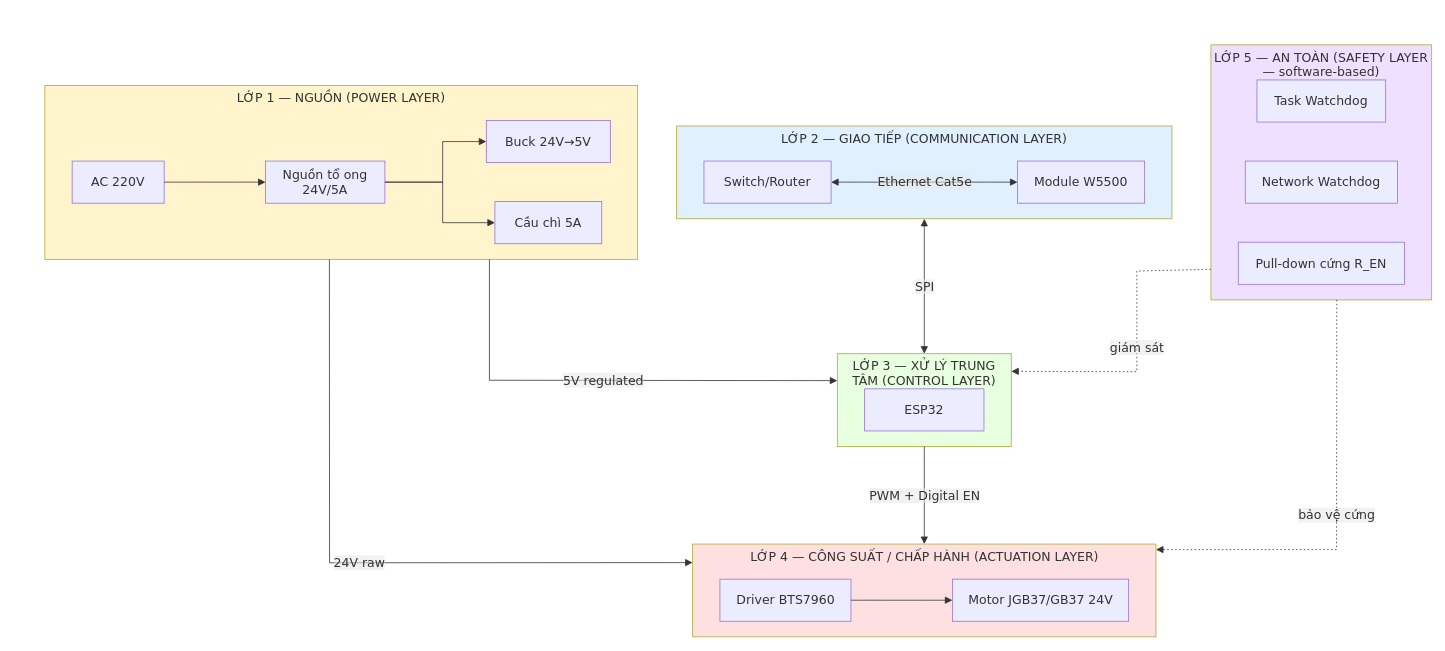
This is Kiến trúc phần cứng.drawio from phamgiavinh121105-coder/Conveyor_control, a draw.io file, before an edit. Source tidied: cells renumbered, new cells numbered last; positions are measured from the earlier drawing's top-left corner, leaving out a move shared by most shapes. Both pictures are drawn from the tidied source at 78%, with x=0, y=0 at pixel (13, 13).
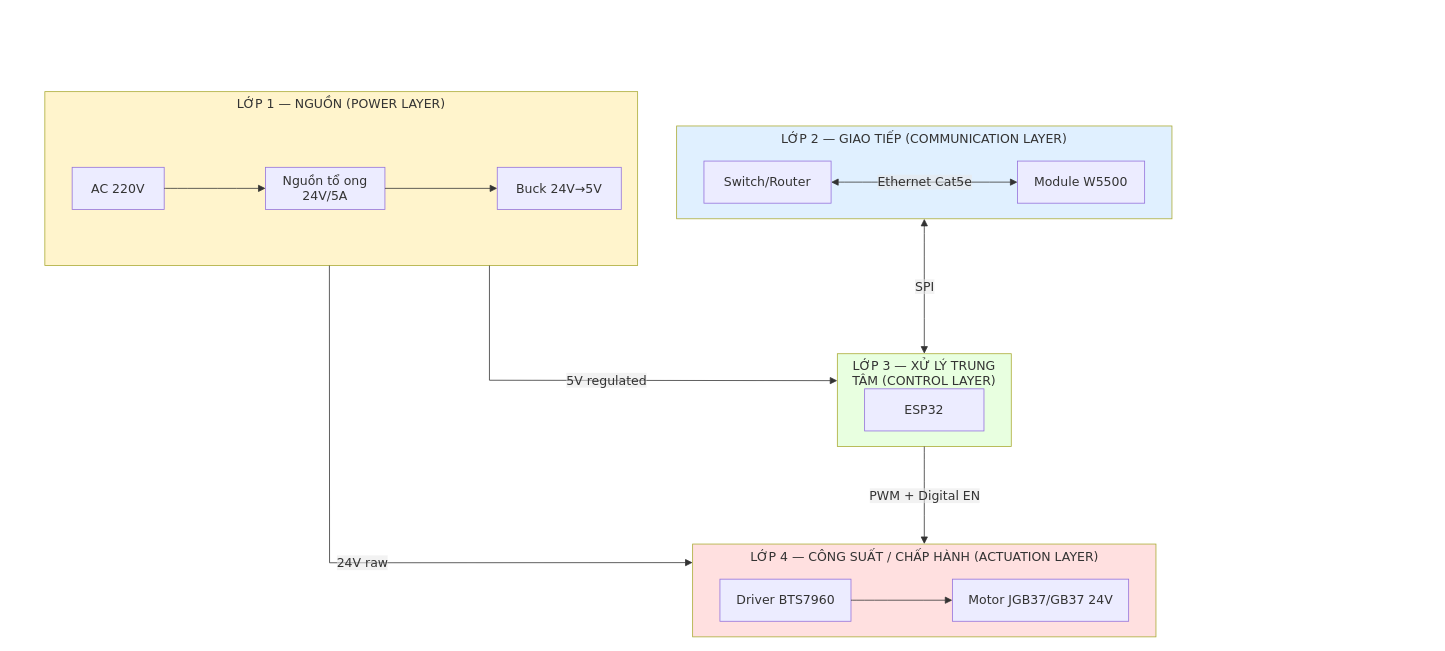
After the change.

Commit message:
Cập nhật Kiến trúc phần cứng.drawio

The change refers to these unchanged cells:
```xml
<mxCell id="2" style="group;transparentBounds=1;editIcon=1;lockedGroup=0;groupPadding=20;" parent="1" vertex="1">
  <mxGeometry as="geometry" />
</mxCell>
<mxCell id="5" value="Nguồn tổ ong 24V/5A" style="html=1;whiteSpace=wrap;strokeWidth=1;fillColor=light-dark(#ECECFF,#1f2020);strokeColor=light-dark(#9370DB,#cccccc);fontColor=light-dark(#333333,#cccccc);fontFamily=Trebuchet MS,Verdana,Arial,sans-serif;fontSize=16;" parent="3" vertex="1">
  <mxGeometry x="283" y="97" width="153" height="54" as="geometry" />
</mxCell>
<mxCell id="15" value="LỚP 3 — XỬ LÝ TRUNG TÂM (CONTROL LAYER)" style="html=1;whiteSpace=wrap;strokeWidth=1;verticalAlign=top;fillColor=#e8ffe0;strokeColor=light-dark(#aaaa33,#cccccc);fontColor=light-dark(#333333,#cccccc);fontFamily=Trebuchet MS,Verdana,Arial,sans-serif;fontSize=16;" parent="2" vertex="1">
  <mxGeometry x="1056" y="436" width="223" height="119" as="geometry" />
</mxCell>
<mxCell id="17" value="LỚP 4 — CÔNG SUẤT / CHẤP HÀNH (ACTUATION LAYER)" style="html=1;whiteSpace=wrap;strokeWidth=1;verticalAlign=top;fillColor=#ffe0e0;strokeColor=light-dark(#aaaa33,#cccccc);fontColor=light-dark(#333333,#cccccc);fontFamily=Trebuchet MS,Verdana,Arial,sans-serif;fontSize=16;" parent="2" vertex="1">
  <mxGeometry x="870.5" y="680" width="594" height="119" as="geometry" />
</mxCell>
```

The edit, as a diff of the source:
```diff
@@
     <mxCell id="3" value="LỚP 1 — NGUỒN (POWER LAYER)" style="html=1;whiteSpace=wrap;strokeWidth=1;verticalAlign=top;fillColor=#fff4cc;strokeColor=light-dark(#aaaa33,#cccccc);fontColor=light-dark(#333333,#cccccc);fontFamily=Trebuchet MS,Verdana,Arial,sans-serif;fontSize=16;" parent="2" vertex="1">
-      <mxGeometry x="40" y="92" width="760" height="223" as="geometry" />
+      <mxGeometry x="40" y="100" width="760" height="223" as="geometry" />
     </mxCell>
@@
-    <mxCell id="6" value="Cầu chì 5A" style="html=1;whiteSpace=wrap;strokeWidth=1;fillColor=light-dark(#ECECFF,#1f2020);strokeColor=light-dark(#9370DB,#cccccc);fontColor=light-dark(#333333,#cccccc);fontFamily=Trebuchet MS,Verdana,Arial,sans-serif;fontSize=16;" parent="3" vertex="1">
-      <mxGeometry x="577" y="149" width="137" height="54" as="geometry" />
-    </mxCell>
-    <mxCell id="7" value="Buck 24V→5V" style="html=1;whiteSpace=wrap;strokeWidth=1;fillColor=light-dark(#ECECFF,#1f2020);strokeColor=light-dark(#9370DB,#cccccc);fontColor=light-dark(#333333,#cccccc);fontFamily=Trebuchet MS,Verdana,Arial,sans-serif;fontSize=16;" parent="3" vertex="1">
-      <mxGeometry x="566" y="45" width="159" height="54" as="geometry" />
-    </mxCell>
@@
-    <mxCell id="9" style="startArrow=none;endArrow=block;endSize=7;strokeColor=light-dark(#333333,#cccccc);exitX=1;exitY=0.5;entryX=0;entryY=0.5;rounded=0;exitDx=0;exitDy=0;" parent="3" edge="1" source="5" target="6">
-      <mxGeometry relative="1" as="geometry">
-        <Array as="points">
-          <mxPoint x="510" y="124" />
-          <mxPoint x="510" y="176" />
-        </Array>
-      </mxGeometry>
-    </mxCell>
-    <mxCell id="10" style="startArrow=none;endArrow=block;endSize=7;strokeColor=light-dark(#333333,#cccccc);exitX=1;exitY=0.5;entryX=0;entryY=0.5;rounded=0;exitDx=0;exitDy=0;" parent="3" edge="1" source="5" target="7">
-      <mxGeometry relative="1" as="geometry">
-        <Array as="points">
-          <mxPoint x="510" y="124" />
-          <mxPoint x="510" y="72" />
-        </Array>
-      </mxGeometry>
-    </mxCell>
@@
-    <mxCell id="21" value="LỚP 5 — AN TOÀN (SAFETY LAYER — software-based)" style="html=1;whiteSpace=wrap;strokeWidth=1;verticalAlign=top;fillColor=#f0e0ff;strokeColor=light-dark(#aaaa33,#cccccc);fontColor=light-dark(#333333,#cccccc);fontFamily=Trebuchet MS,Verdana,Arial,sans-serif;fontSize=16;" parent="2" vertex="1">
-      <mxGeometry x="1535" y="40" width="283" height="327" as="geometry" />
-    </mxCell>
-    <mxCell id="22" value="Task Watchdog" style="html=1;whiteSpace=wrap;strokeWidth=1;fillColor=light-dark(#ECECFF,#1f2020);strokeColor=light-dark(#9370DB,#cccccc);fontColor=light-dark(#333333,#cccccc);fontFamily=Trebuchet MS,Verdana,Arial,sans-serif;fontSize=16;" parent="21" vertex="1">
-      <mxGeometry x="59" y="45" width="165" height="54" as="geometry" />
-    </mxCell>
-    <mxCell id="23" value="Network Watchdog" style="html=1;whiteSpace=wrap;strokeWidth=1;fillColor=light-dark(#ECECFF,#1f2020);strokeColor=light-dark(#9370DB,#cccccc);fontColor=light-dark(#333333,#cccccc);fontFamily=Trebuchet MS,Verdana,Arial,sans-serif;fontSize=16;" parent="21" vertex="1">
-      <mxGeometry x="44" y="149" width="195" height="54" as="geometry" />
-    </mxCell>
-    <mxCell id="24" value="Pull-down cứng R_EN" style="html=1;whiteSpace=wrap;strokeWidth=1;fillColor=light-dark(#ECECFF,#1f2020);strokeColor=light-dark(#9370DB,#cccccc);fontColor=light-dark(#333333,#cccccc);fontFamily=Trebuchet MS,Verdana,Arial,sans-serif;fontSize=16;" parent="21" vertex="1">
-      <mxGeometry x="35" y="253" width="213" height="54" as="geometry" />
-    </mxCell>
@@
-    <mxCell id="29" value="giám sát" style="dashed=1;dashPattern=2 3;fixDash=1;startArrow=none;endArrow=block;endSize=7;strokeColor=light-dark(#333333,#cccccc);html=1;fontSize=16;labelBackgroundColor=light-dark(#E8E8E88D,#2a2a2a8D);fontFamily=Trebuchet MS,Verdana,Arial,sans-serif;fontColor=light-dark(#333333,#cccccc);exitX=0;exitY=0.88;entryX=1;entryY=0.19;rounded=0;" parent="2" edge="1" source="21" target="15">
-      <mxGeometry relative="1" as="geometry">
-        <Array as="points">
-          <mxPoint x="1440" y="330" />
-          <mxPoint x="1440" y="459" />
-        </Array>
-      </mxGeometry>
-    </mxCell>
-    <mxCell id="30" value="bảo vệ cứng" style="dashed=1;dashPattern=2 3;fixDash=1;startArrow=none;endArrow=block;endSize=7;strokeColor=light-dark(#333333,#cccccc);html=1;fontSize=16;labelBackgroundColor=light-dark(#E8E8E88D,#2a2a2a8D);fontFamily=Trebuchet MS,Verdana,Arial,sans-serif;fontColor=light-dark(#333333,#cccccc);exitX=0.57;exitY=1;entryX=1;entryY=0.06;rounded=0;" parent="2" edge="1" source="21" target="17">
-      <mxGeometry relative="1" as="geometry">
-        <Array as="points">
-          <mxPoint x="1696" y="687" />
-        </Array>
-      </mxGeometry>
-    </mxCell>
+    <mxCell id="7" value="Buck 24V→5V" style="html=1;whiteSpace=wrap;strokeWidth=1;fillColor=light-dark(#ECECFF,#1f2020);strokeColor=light-dark(#9370DB,#cccccc);fontColor=light-dark(#333333,#cccccc);fontFamily=Trebuchet MS,Verdana,Arial,sans-serif;fontSize=16;" parent="2" vertex="1">
+      <mxGeometry x="620" y="197" width="159" height="54" as="geometry" />
+    </mxCell>
+    <mxCell id="10" style="startArrow=none;endArrow=block;endSize=7;strokeColor=light-dark(#333333,#cccccc);exitX=1;exitY=0.5;entryX=0;entryY=0.5;rounded=0;exitDx=0;exitDy=0;" parent="2" edge="1" source="5" target="7">
+      <mxGeometry relative="1" as="geometry" />
+    </mxCell>
```
